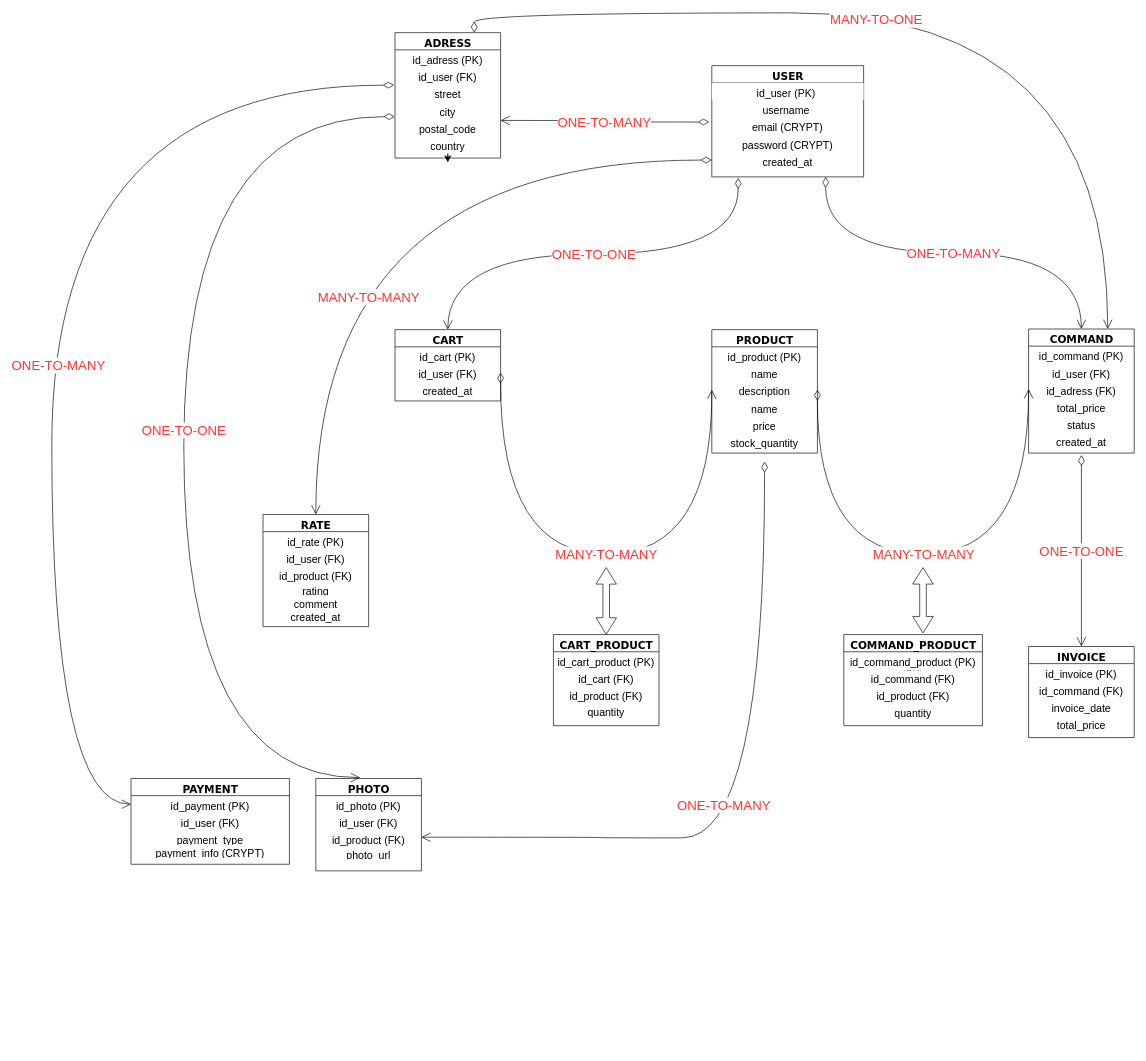
The draw.io diagram Conceptual Data model.drawio in dolobe/e-commerce-SQL, before the edit. Source tidied: cells renumbered, new cells numbered last; positions are measured from the earlier drawing's top-left corner, leaving out a move shared by most shapes. Both pictures are drawn from the tidied source at 66%, with x=0, y=0 at pixel (51, 13).
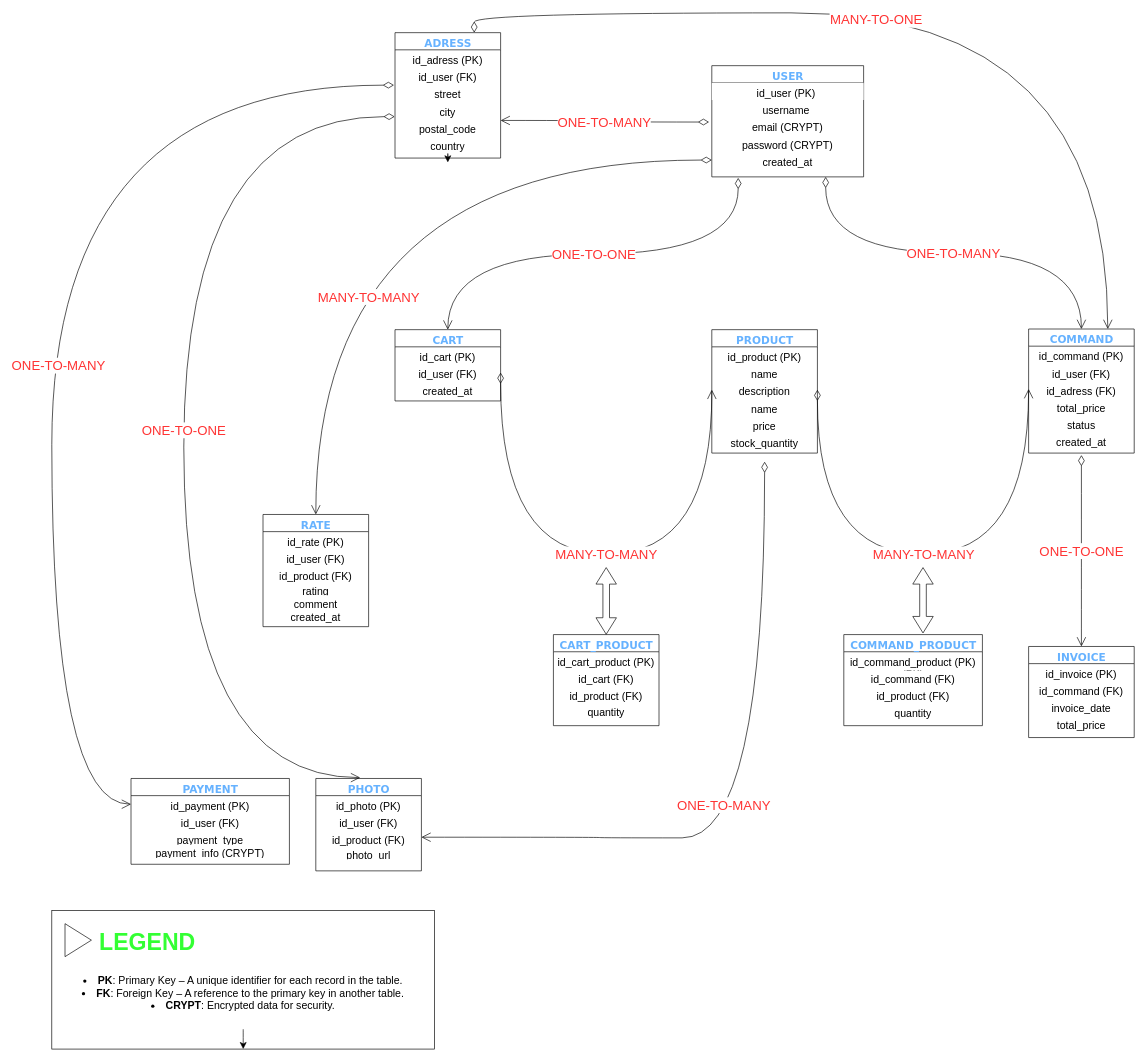
The same diagram, later.

Commit message (it also covers changes not shown here):
Mettre à jour Conceptual Data model.drawio

What changed in the source:
```diff
@@
-    <mxCell id="2" value="USER" style="swimlane;html=1;fontStyle=1;align=center;verticalAlign=top;horizontal=1;startSize=26;swimlaneFillColor=#ffffff;rounded=0;shadow=0;comic=0;labelBackgroundColor=none;strokeWidth=1;fillColor=none;fontFamily=Verdana;fontSize=16;" parent="1" vertex="1">
+    <mxCell id="2" value="&lt;font color=&quot;#66b2ff&quot;&gt;USER&lt;/font&gt;" style="swimlane;html=1;fontStyle=1;align=center;verticalAlign=top;horizontal=1;startSize=26;swimlaneFillColor=#ffffff;rounded=0;shadow=0;comic=0;labelBackgroundColor=none;strokeWidth=1;fillColor=none;fontFamily=Verdana;fontSize=16;" parent="1" vertex="1">
       <mxGeometry x="1000" y="80" width="230" height="168.5" as="geometry" />
     </mxCell>
@@
-    <mxCell id="8" value="ADRESS" style="swimlane;html=1;fontStyle=1;align=center;verticalAlign=top;horizontal=1;startSize=26;swimlaneFillColor=#ffffff;rounded=0;shadow=0;comic=0;labelBackgroundColor=none;strokeWidth=1;fillColor=none;fontFamily=Verdana;fontSize=16;" parent="1" vertex="1">
+    <mxCell id="8" value="&lt;font color=&quot;#66b2ff&quot;&gt;ADRESS&lt;/font&gt;" style="swimlane;html=1;fontStyle=1;align=center;verticalAlign=top;horizontal=1;startSize=26;swimlaneFillColor=#ffffff;rounded=0;shadow=0;comic=0;labelBackgroundColor=none;strokeWidth=1;fillColor=none;fontFamily=Verdana;fontSize=16;" parent="1" vertex="1">
       <mxGeometry x="520" y="30" width="160" height="190" as="geometry" />
     </mxCell>
@@
-    <mxCell id="16" value="PRODUCT" style="swimlane;html=1;fontStyle=1;align=center;verticalAlign=top;horizontal=1;startSize=26;swimlaneFillColor=#ffffff;rounded=0;shadow=0;comic=0;labelBackgroundColor=none;strokeWidth=1;fillColor=none;fontFamily=Verdana;fontSize=16;" parent="1" vertex="1">
+    <mxCell id="16" value="&lt;font color=&quot;#66b2ff&quot;&gt;PRODUCT&lt;/font&gt;" style="swimlane;html=1;fontStyle=1;align=center;verticalAlign=top;horizontal=1;startSize=26;swimlaneFillColor=#ffffff;rounded=0;shadow=0;comic=0;labelBackgroundColor=none;strokeWidth=1;fillColor=none;fontFamily=Verdana;fontSize=16;" parent="1" vertex="1">
       <mxGeometry x="1000" y="480" width="160" height="187" as="geometry" />
     </mxCell>
@@
-    <mxCell id="23" value="CART" style="swimlane;html=1;fontStyle=1;align=center;verticalAlign=top;horizontal=1;startSize=26;swimlaneFillColor=#ffffff;rounded=0;shadow=0;comic=0;labelBackgroundColor=none;strokeWidth=1;fillColor=none;fontFamily=Verdana;fontSize=16;" parent="1" vertex="1">
+    <mxCell id="23" value="&lt;font color=&quot;#66b2ff&quot;&gt;CART&lt;/font&gt;" style="swimlane;html=1;fontStyle=1;align=center;verticalAlign=top;horizontal=1;startSize=26;swimlaneFillColor=#ffffff;rounded=0;shadow=0;comic=0;labelBackgroundColor=none;strokeWidth=1;fillColor=none;fontFamily=Verdana;fontSize=16;" parent="1" vertex="1">
       <mxGeometry x="520" y="480" width="160" height="108" as="geometry" />
     </mxCell>
@@
-    <mxCell id="27" value="COMMAND" style="swimlane;html=1;fontStyle=1;align=center;verticalAlign=top;horizontal=1;startSize=26;swimlaneFillColor=#ffffff;rounded=0;shadow=0;comic=0;labelBackgroundColor=none;strokeWidth=1;fillColor=none;fontFamily=Verdana;fontSize=16;" parent="1" vertex="1">
+    <mxCell id="27" value="&lt;font color=&quot;#66b2ff&quot;&gt;COMMAND&lt;/font&gt;" style="swimlane;html=1;fontStyle=1;align=center;verticalAlign=top;horizontal=1;startSize=26;swimlaneFillColor=#ffffff;rounded=0;shadow=0;comic=0;labelBackgroundColor=none;strokeWidth=1;fillColor=none;fontFamily=Verdana;fontSize=16;" parent="1" vertex="1">
       <mxGeometry x="1480" y="479" width="160" height="188" as="geometry" />
     </mxCell>
@@
-    <mxCell id="34" value="INVOICE" style="swimlane;html=1;fontStyle=1;align=center;verticalAlign=top;horizontal=1;startSize=26;swimlaneFillColor=#ffffff;rounded=0;shadow=0;comic=0;labelBackgroundColor=none;strokeWidth=1;fillColor=none;fontFamily=Verdana;fontSize=16;" parent="1" vertex="1">
+    <mxCell id="34" value="&lt;font color=&quot;#66b2ff&quot;&gt;INVOICE&lt;/font&gt;" style="swimlane;html=1;fontStyle=1;align=center;verticalAlign=top;horizontal=1;startSize=26;swimlaneFillColor=#ffffff;rounded=0;shadow=0;comic=0;labelBackgroundColor=none;strokeWidth=1;fillColor=none;fontFamily=Verdana;fontSize=16;" parent="1" vertex="1">
       <mxGeometry x="1480" y="960" width="160" height="138" as="geometry" />
     </mxCell>
@@
-    <mxCell id="39" value="CART_PRODUCT" style="swimlane;html=1;fontStyle=1;align=center;verticalAlign=top;horizontal=1;startSize=26;swimlaneFillColor=#ffffff;rounded=0;shadow=0;comic=0;labelBackgroundColor=none;strokeWidth=1;fillColor=none;fontFamily=Verdana;fontSize=16;" parent="1" vertex="1">
+    <mxCell id="39" value="&lt;font color=&quot;#66b2ff&quot;&gt;CART_PRODUCT&lt;/font&gt;" style="swimlane;html=1;fontStyle=1;align=center;verticalAlign=top;horizontal=1;startSize=26;swimlaneFillColor=#ffffff;rounded=0;shadow=0;comic=0;labelBackgroundColor=none;strokeWidth=1;fillColor=none;fontFamily=Verdana;fontSize=16;" parent="1" vertex="1">
       <mxGeometry x="760" y="942" width="160" height="138" as="geometry" />
     </mxCell>
@@
-    <mxCell id="44" value="COMMAND_PRODUCT" style="swimlane;html=1;fontStyle=1;align=center;verticalAlign=top;horizontal=1;startSize=26;swimlaneFillColor=#ffffff;rounded=0;shadow=0;comic=0;labelBackgroundColor=none;strokeWidth=1;fillColor=none;fontFamily=Verdana;fontSize=16;" parent="1" vertex="1">
+    <mxCell id="44" value="&lt;font color=&quot;#66b2ff&quot;&gt;COMMAND_PRODUCT&lt;/font&gt;" style="swimlane;html=1;fontStyle=1;align=center;verticalAlign=top;horizontal=1;startSize=26;swimlaneFillColor=#ffffff;rounded=0;shadow=0;comic=0;labelBackgroundColor=none;strokeWidth=1;fillColor=none;fontFamily=Verdana;fontSize=16;" parent="1" vertex="1">
       <mxGeometry x="1200" y="942" width="210" height="138" as="geometry" />
     </mxCell>
@@
-    <mxCell id="49" value="PHOTO" style="swimlane;html=1;fontStyle=1;align=center;verticalAlign=top;horizontal=1;startSize=26;swimlaneFillColor=#ffffff;rounded=0;shadow=0;comic=0;labelBackgroundColor=none;strokeWidth=1;fillColor=none;fontFamily=Verdana;fontSize=16;" parent="1" vertex="1">
+    <mxCell id="49" value="&lt;font color=&quot;#66b2ff&quot;&gt;PHOTO&lt;/font&gt;" style="swimlane;html=1;fontStyle=1;align=center;verticalAlign=top;horizontal=1;startSize=26;swimlaneFillColor=#ffffff;rounded=0;shadow=0;comic=0;labelBackgroundColor=none;strokeWidth=1;fillColor=none;fontFamily=Verdana;fontSize=16;" parent="1" vertex="1">
       <mxGeometry x="400" y="1160" width="160" height="140" as="geometry" />
     </mxCell>
@@
-    <mxCell id="54" value="RATE" style="swimlane;html=1;fontStyle=1;align=center;verticalAlign=top;horizontal=1;startSize=26;swimlaneFillColor=#ffffff;rounded=0;shadow=0;comic=0;labelBackgroundColor=none;strokeWidth=1;fillColor=none;fontFamily=Verdana;fontSize=16;" parent="1" vertex="1">
+    <mxCell id="54" value="&lt;font color=&quot;#66b2ff&quot;&gt;RATE&lt;/font&gt;" style="swimlane;html=1;fontStyle=1;align=center;verticalAlign=top;horizontal=1;startSize=26;swimlaneFillColor=#ffffff;rounded=0;shadow=0;comic=0;labelBackgroundColor=none;strokeWidth=1;fillColor=none;fontFamily=Verdana;fontSize=16;" parent="1" vertex="1">
       <mxGeometry x="320" y="760" width="160" height="170" as="geometry" />
     </mxCell>
@@
-    <mxCell id="61" value="PAYMENT" style="swimlane;html=1;fontStyle=1;align=center;verticalAlign=top;horizontal=1;startSize=26;swimlaneFillColor=#ffffff;rounded=0;shadow=0;comic=0;labelBackgroundColor=none;strokeWidth=1;fillColor=none;fontFamily=Verdana;fontSize=16;" parent="1" vertex="1">
+    <mxCell id="61" value="&lt;font color=&quot;#66b2ff&quot;&gt;PAYMENT&lt;/font&gt;" style="swimlane;html=1;fontStyle=1;align=center;verticalAlign=top;horizontal=1;startSize=26;swimlaneFillColor=#ffffff;rounded=0;shadow=0;comic=0;labelBackgroundColor=none;strokeWidth=1;fillColor=none;fontFamily=Verdana;fontSize=16;" parent="1" vertex="1">
       <mxGeometry x="120" y="1160" width="240" height="130" as="geometry" />
     </mxCell>
@@
+    <mxCell id="79" style="html=1;whiteSpace=wrap;labelBackgroundColor=#FFFFFF;" parent="1" vertex="1">
+      <mxGeometry y="1360" width="580" height="210" as="geometry" />
+    </mxCell>
+    <mxCell id="80" style="triangle;html=1;whiteSpace=wrap;labelBackgroundColor=none;labelBorderColor=none;" parent="79" vertex="1">
+      <mxGeometry x="20" y="20" width="40" height="50" as="geometry" />
+    </mxCell>
+    <mxCell id="81" value="&lt;font color=&quot;#33ff33&quot;&gt;LEGEND&lt;/font&gt;" style="text;strokeColor=none;fillColor=none;html=1;align=center;verticalAlign=middle;whiteSpace=wrap;rounded=0;fontSize=35;fontStyle=1;" parent="79" vertex="1">
+      <mxGeometry x="70" y="35" width="150" height="25" as="geometry" />
+    </mxCell>
+    <mxCell id="82" value="&lt;li&gt;&lt;strong&gt;PK&lt;/strong&gt;: Primary Key – A unique identifier for each record in the table.&lt;/li&gt;&lt;li&gt;&lt;strong&gt;FK&lt;/strong&gt;: Foreign Key – A reference to the primary key in another table.&lt;/li&gt;&lt;li&gt;&lt;strong style=&quot;background-color: initial;&quot;&gt;CRYPT&lt;/strong&gt;&lt;span style=&quot;background-color: initial;&quot;&gt;: Encrypted data for security.&lt;/span&gt;&lt;/li&gt;" style="text;strokeColor=none;fillColor=none;html=1;align=center;verticalAlign=middle;whiteSpace=wrap;rounded=0;fontSize=16;" parent="79" vertex="1">
+      <mxGeometry x="30" y="70" width="520" height="110" as="geometry" />
+    </mxCell>
+    <mxCell id="83" style="edgeStyle=none;curved=1;rounded=0;jettySize=auto;html=1;fontSize=12;startSize=8;endSize=8;" parent="79" edge="1" source="82" target="79">
+      <mxGeometry relative="1" as="geometry" />
+    </mxCell>
```
